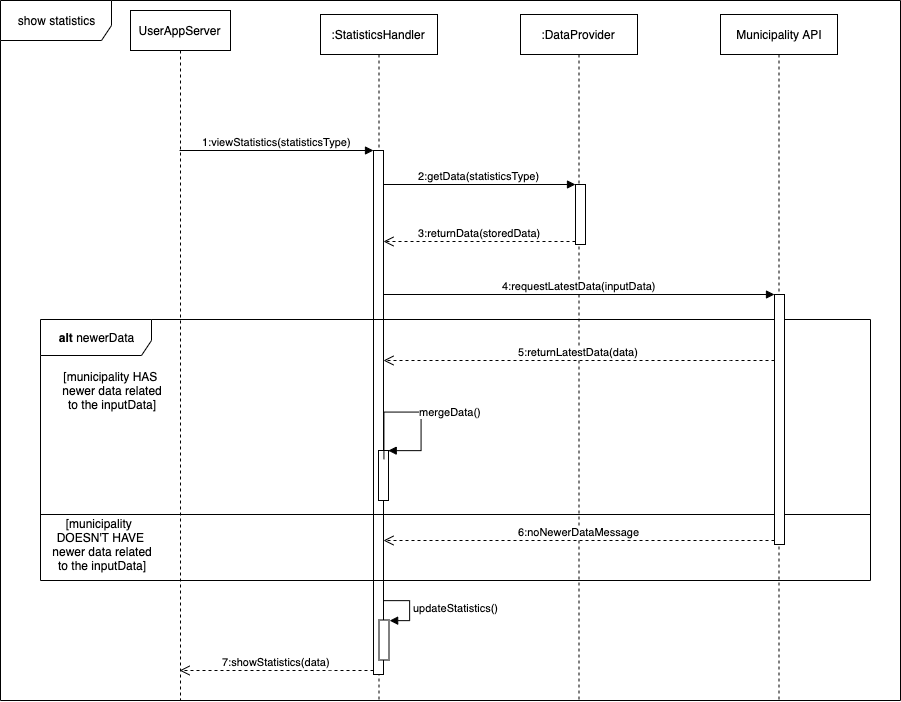
The draw.io diagram Releases/DD/img/sequence/showStatistics.png in amecava/safestreets, before a commit. Source tidied: cells renumbered, new cells last; positions are measured from the earlier drawing's top-left corner, leaving out a move shared by most shapes.
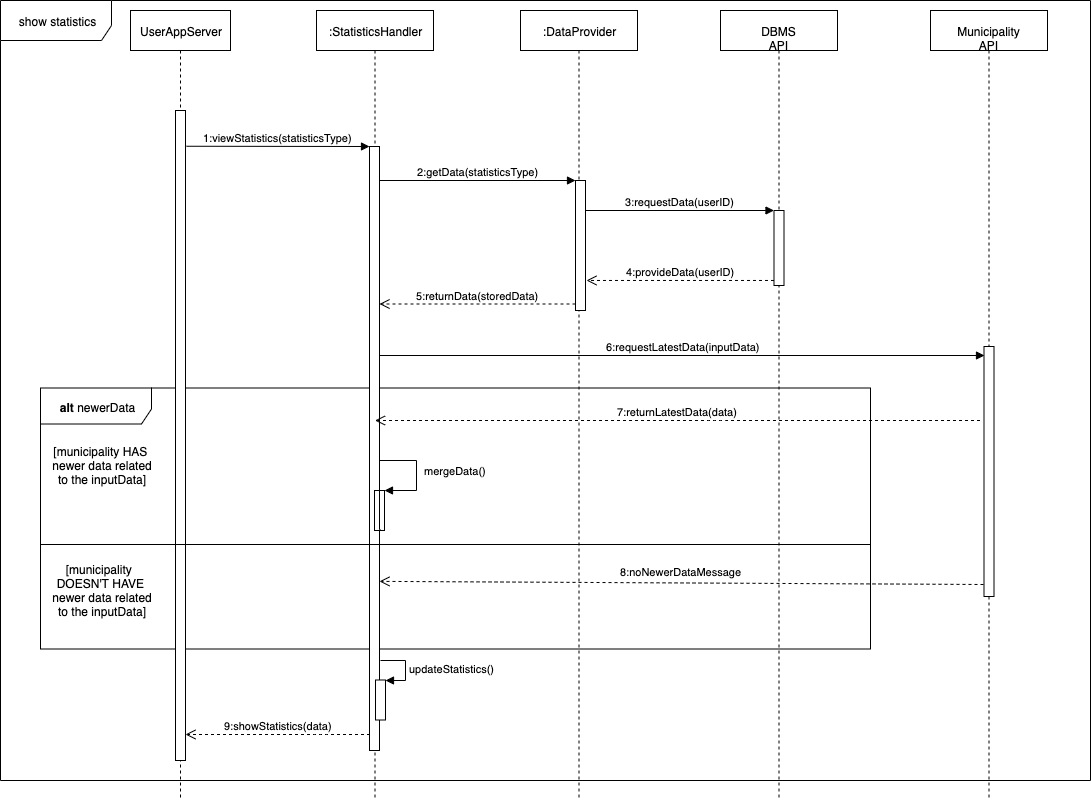
After the change.

Diff of the diagram source:
```diff
@@ -2,98 +2,112 @@
   <root>
     <mxCell id="0" />
     <mxCell id="1" parent="0" />
-    <mxCell id="2" value="UserAppServer" style="shape=umlLifeline;perimeter=lifelinePerimeter;whiteSpace=wrap;html=1;outlineConnect=0;" parent="1" vertex="1">
-      <mxGeometry x="130" y="10" width="100" height="690" as="geometry" />
-    </mxCell>
+    <mxCell id="12" value="&lt;b&gt;alt&lt;/b&gt; newerData" style="shape=umlFrame;whiteSpace=wrap;html=1;width=111;height=36;" parent="1" vertex="1">
+      <mxGeometry x="40" y="387.5" width="830" height="261" as="geometry" />
+    </mxCell>
+    <mxCell id="11" value="show statistics" style="shape=umlFrame;whiteSpace=wrap;html=1;width=111;height=40;" parent="1" vertex="1">
+      <mxGeometry width="1090" height="780" as="geometry" />
+    </mxCell>
     <mxCell id="3" value=":StatisticsHandler" style="shape=umlLifeline;perimeter=lifelinePerimeter;whiteSpace=wrap;html=1;" parent="1" vertex="1">
-      <mxGeometry x="320" y="14" width="117" height="686" as="geometry" />
+      <mxGeometry x="316" y="10" width="117" height="790" as="geometry" />
     </mxCell>
     <mxCell id="4" style="html=1;points=[];perimeter=orthogonalPerimeter;" parent="3" vertex="1">
-      <mxGeometry x="53" y="136" width="10" height="524" as="geometry" />
+      <mxGeometry x="53" y="136" width="10" height="604" as="geometry" />
     </mxCell>
     <mxCell id="5" style="html=1;points=[];perimeter=orthogonalPerimeter;" parent="3" vertex="1">
-      <mxGeometry x="58" y="436" width="10" height="50" as="geometry" />
+      <mxGeometry x="58" y="480" width="10" height="40" as="geometry" />
     </mxCell>
-    <mxCell id="6" value="mergeData()" style="edgeStyle=orthogonalEdgeStyle;html=1;align=left;spacingLeft=2;endArrow=block;rounded=0;entryX=1;entryY=0;exitX=1;exitY=0.588;exitDx=0;exitDy=0;exitPerimeter=0;" parent="3" edge="1" source="4" target="5">
-      <mxGeometry relative="1" as="geometry">
-        <Array as="points">
-          <mxPoint x="100" y="397" />
-          <mxPoint x="100" y="436" />
-        </Array>
-      </mxGeometry>
-    </mxCell>
     <mxCell id="7" style="html=1;points=[];perimeter=orthogonalPerimeter;" parent="3" vertex="1">
-      <mxGeometry x="58.5" y="605.5" width="10" height="40" as="geometry" />
+      <mxGeometry x="59" y="669.5" width="10" height="40" as="geometry" />
     </mxCell>
     <mxCell id="8" value="updateStatistics()" style="edgeStyle=orthogonalEdgeStyle;html=1;align=left;spacingLeft=2;endArrow=block;rounded=0;entryX=1;entryY=0;" parent="3" edge="1" target="7">
       <mxGeometry relative="1" as="geometry">
-        <mxPoint x="63.5" y="585.5" as="sourcePoint" />
+        <mxPoint x="64" y="649.5" as="sourcePoint" />
         <Array as="points">
-          <mxPoint x="88.5" y="585.5" />
+          <mxPoint x="89" y="649.5" />
         </Array>
       </mxGeometry>
     </mxCell>
+    <mxCell id="6" value="mergeData()" style="edgeStyle=orthogonalEdgeStyle;html=1;align=left;spacingLeft=2;endArrow=block;rounded=0;entryX=1;entryY=0;exitX=1.1;exitY=0.634;exitDx=0;exitDy=0;exitPerimeter=0;" parent="3" edge="1" source="4" target="5">
+      <mxGeometry x="0.38" y="4" relative="1" as="geometry">
+        <Array as="points">
+          <mxPoint x="63" y="519" />
+          <mxPoint x="63" y="450" />
+          <mxPoint x="100" y="450" />
+          <mxPoint x="100" y="480" />
+        </Array>
+      </mxGeometry>
+    </mxCell>
+    <mxCell id="2" value="UserAppServer" style="shape=umlLifeline;perimeter=lifelinePerimeter;whiteSpace=wrap;html=1;outlineConnect=0;" parent="1" vertex="1">
+      <mxGeometry x="130" y="10" width="100" height="790" as="geometry" />
+    </mxCell>
+    <mxCell id="25" style="html=1;points=[];perimeter=orthogonalPerimeter;" parent="2" vertex="1">
+      <mxGeometry x="45" y="100" width="10" height="650" as="geometry" />
+    </mxCell>
     <mxCell id="9" value=":DataProvider" style="shape=umlLifeline;perimeter=lifelinePerimeter;whiteSpace=wrap;html=1;" parent="1" vertex="1">
-      <mxGeometry x="520" y="14" width="117" height="686" as="geometry" />
+      <mxGeometry x="520" y="10" width="117" height="790" as="geometry" />
     </mxCell>
     <mxCell id="10" style="html=1;points=[];perimeter=orthogonalPerimeter;" parent="9" vertex="1">
-      <mxGeometry x="55" y="170" width="10" height="60" as="geometry" />
+      <mxGeometry x="55" y="170" width="10" height="130" as="geometry" />
     </mxCell>
-    <mxCell id="11" value="show statistics" style="shape=umlFrame;whiteSpace=wrap;html=1;width=111;height=40;" parent="1" vertex="1">
-      <mxGeometry width="900" height="700" as="geometry" />
-    </mxCell>
-    <mxCell id="12" value="&lt;b&gt;alt&lt;/b&gt; newerData" style="shape=umlFrame;whiteSpace=wrap;html=1;width=111;height=36;" parent="1" vertex="1">
-      <mxGeometry x="40" y="319" width="830" height="261" as="geometry" />
-    </mxCell>
     <mxCell id="13" style="line;strokeWidth=1;fillColor=none;align=left;verticalAlign=middle;spacingTop=-1;spacingLeft=3;spacingRight=3;labelPosition=right;" parent="1" vertex="1">
-      <mxGeometry x="40" y="510" width="830" height="8" as="geometry" />
+      <mxGeometry x="40" y="540" width="830" height="8" as="geometry" />
     </mxCell>
     <mxCell id="14" value="[municipality HAS&lt;br&gt;&amp;nbsp;newer data related&lt;br&gt;&amp;nbsp;to the inputData]" style="text;html=1;align=center;verticalAlign=middle;" parent="1" vertex="1">
-      <mxGeometry x="50" y="364.5" width="120" height="50" as="geometry" />
+      <mxGeometry x="40" y="440" width="120" height="50" as="geometry" />
     </mxCell>
     <mxCell id="15" value="[municipality &lt;br&gt;DOESN'T&amp;nbsp;HAVE&lt;br&gt;&amp;nbsp;newer data related&lt;br&gt;&amp;nbsp;to the inputData]" style="text;html=1;align=center;verticalAlign=middle;" parent="1" vertex="1">
-      <mxGeometry x="40" y="514" width="120" height="60" as="geometry" />
+      <mxGeometry x="40" y="560" width="120" height="60" as="geometry" />
     </mxCell>
     <mxCell id="16" value="Municipality API" style="shape=umlLifeline;perimeter=lifelinePerimeter;whiteSpace=wrap;html=1;" parent="1" vertex="1">
-      <mxGeometry x="720" y="14" width="117" height="686" as="geometry" />
+      <mxGeometry x="930" y="10" width="117" height="790" as="geometry" />
     </mxCell>
     <mxCell id="17" style="html=1;points=[];perimeter=orthogonalPerimeter;" parent="16" vertex="1">
-      <mxGeometry x="54" y="280" width="10" height="250" as="geometry" />
+      <mxGeometry x="53.5" y="336" width="10" height="250" as="geometry" />
     </mxCell>
-    <mxCell id="18" value="1:viewStatistics(statisticsType)" style="html=1;verticalAlign=bottom;endArrow=block;entryX=0;entryY=0;" parent="1" edge="1" source="2" target="4">
+    <mxCell id="18" value="1:viewStatistics(statisticsType)" style="html=1;verticalAlign=bottom;endArrow=block;entryX=0;entryY=0;exitX=1.1;exitY=0.055;exitDx=0;exitDy=0;exitPerimeter=0;" parent="1" edge="1" source="25" target="4">
       <mxGeometry relative="1" as="geometry" />
     </mxCell>
     <mxCell id="19" value="2:getData(statisticsType)" style="html=1;verticalAlign=bottom;endArrow=block;entryX=0;entryY=0;" parent="1" edge="1" source="4" target="10">
       <mxGeometry relative="1" as="geometry" />
     </mxCell>
-    <mxCell id="20" value="3:returnData(storedData)" style="html=1;verticalAlign=bottom;endArrow=open;dashed=1;endSize=8;exitX=0;exitY=0.95;" parent="1" edge="1" source="10" target="4">
+    <mxCell id="20" value="5:returnData(storedData)" style="html=1;verticalAlign=bottom;endArrow=open;dashed=1;endSize=8;exitX=0;exitY=0.95;" parent="1" edge="1" source="10" target="4">
       <mxGeometry relative="1" as="geometry" />
     </mxCell>
-    <mxCell id="21" value="4:requestLatestData(inputData)" style="html=1;verticalAlign=bottom;endArrow=block;entryX=0;entryY=0;" parent="1" edge="1" source="4" target="17">
+    <mxCell id="21" value="6:requestLatestData(inputData)" style="html=1;verticalAlign=bottom;endArrow=block;entryX=0.05;entryY=0.036;entryDx=0;entryDy=0;entryPerimeter=0;" parent="1" edge="1" source="4" target="17">
       <mxGeometry relative="1" as="geometry" />
     </mxCell>
-    <mxCell id="22" value="5:returnLatestData(data)" style="html=1;verticalAlign=bottom;endArrow=open;dashed=1;endSize=8;" parent="1" edge="1" source="17" target="4">
+    <mxCell id="22" value="7:returnLatestData(data)" style="html=1;verticalAlign=bottom;endArrow=open;dashed=1;endSize=8;" parent="1" edge="1">
       <mxGeometry relative="1" as="geometry">
+        <mxPoint x="979.5" y="420" as="sourcePoint" />
+        <mxPoint x="374.5" y="420" as="targetPoint" />
         <Array as="points">
-          <mxPoint x="720" y="360" />
+          <mxPoint x="715.5" y="420" />
         </Array>
       </mxGeometry>
     </mxCell>
-    <mxCell id="23" value="6:noNewerDataMessage" style="html=1;verticalAlign=bottom;endArrow=open;dashed=1;endSize=8;" parent="1" edge="1">
-      <mxGeometry relative="1" as="geometry">
-        <mxPoint x="774" y="540" as="sourcePoint" />
-        <mxPoint x="383" y="540" as="targetPoint" />
-        <Array as="points">
-          <mxPoint x="720" y="540" />
-        </Array>
-      </mxGeometry>
+    <mxCell id="23" value="8:noNewerDataMessage" style="html=1;verticalAlign=bottom;endArrow=open;dashed=1;endSize=8;exitX=-0.05;exitY=0.952;exitDx=0;exitDy=0;exitPerimeter=0;entryX=1;entryY=0.72;entryDx=0;entryDy=0;entryPerimeter=0;" parent="1" edge="1" source="17" target="4">
+      <mxGeometry y="-2" relative="1" as="geometry" />
     </mxCell>
-    <mxCell id="24" value="7:showStatistics(data)" style="html=1;verticalAlign=bottom;endArrow=open;dashed=1;endSize=8;" parent="1" edge="1" source="4" target="2">
+    <mxCell id="24" value="9:showStatistics(data)" style="html=1;verticalAlign=bottom;endArrow=open;dashed=1;endSize=8;entryX=1;entryY=0.96;entryDx=0;entryDy=0;entryPerimeter=0;" parent="1" edge="1" target="25">
       <mxGeometry relative="1" as="geometry">
+        <mxPoint x="369.5" y="734" as="sourcePoint" />
         <Array as="points">
-          <mxPoint x="320" y="670" />
+          <mxPoint x="320.5" y="734" />
         </Array>
       </mxGeometry>
     </mxCell>
+    <mxCell id="26" value="DBMS API" style="shape=umlLifeline;perimeter=lifelinePerimeter;whiteSpace=wrap;html=1;" parent="1" vertex="1">
+      <mxGeometry x="720" y="10" width="117" height="790" as="geometry" />
+    </mxCell>
+    <mxCell id="27" style="html=1;points=[];perimeter=orthogonalPerimeter;" parent="26" vertex="1">
+      <mxGeometry x="53.5" y="200" width="10" height="75" as="geometry" />
+    </mxCell>
+    <mxCell id="28" value="3:requestData(userID)" style="html=1;verticalAlign=bottom;endArrow=block;entryX=0;entryY=0;" parent="1" edge="1" source="10" target="27">
+      <mxGeometry relative="1" as="geometry" />
+    </mxCell>
+    <mxCell id="29" value="4:provideData(userID)" style="html=1;verticalAlign=bottom;endArrow=open;dashed=1;endSize=8;entryX=1.1;entryY=0.769;entryDx=0;entryDy=0;entryPerimeter=0;" parent="1" edge="1" source="27" target="10">
+      <mxGeometry relative="1" as="geometry" />
+    </mxCell>
   </root>
 </mxGraphModel>
```
